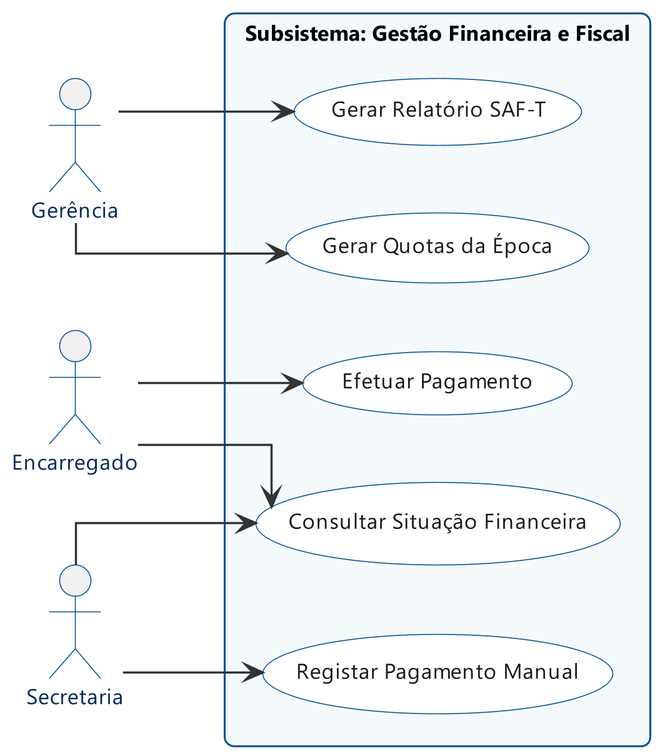
Before: Relatorio/images/casos_uso_financeira.png, a diagram exported from PlantUML (MartiGames8899/LI4).
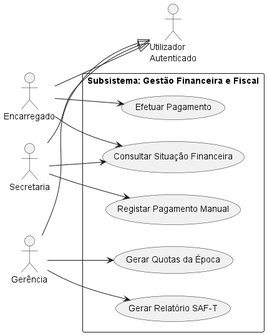
The same file after the commit.

What changed in the source:
```diff
@@ -1,10 +1,15 @@
-@startuml casos_uso_financeira
-!include _cap_skin.puml
+@startuml
+
 left to right direction
 
-actor "Gerência" as Management
+actor "Utilizador\nAutenticado" as User
 actor "Encarregado" as Parent
 actor "Secretaria" as Secretary
+actor "Gerência" as Management
+
+Parent --|> User
+Secretary --|> User
+Management --|> User
 
 rectangle "Subsistema: Gestão Financeira e Fiscal" {
     usecase "Gerar Quotas da Época" as UC_GenerateQuotas
```
